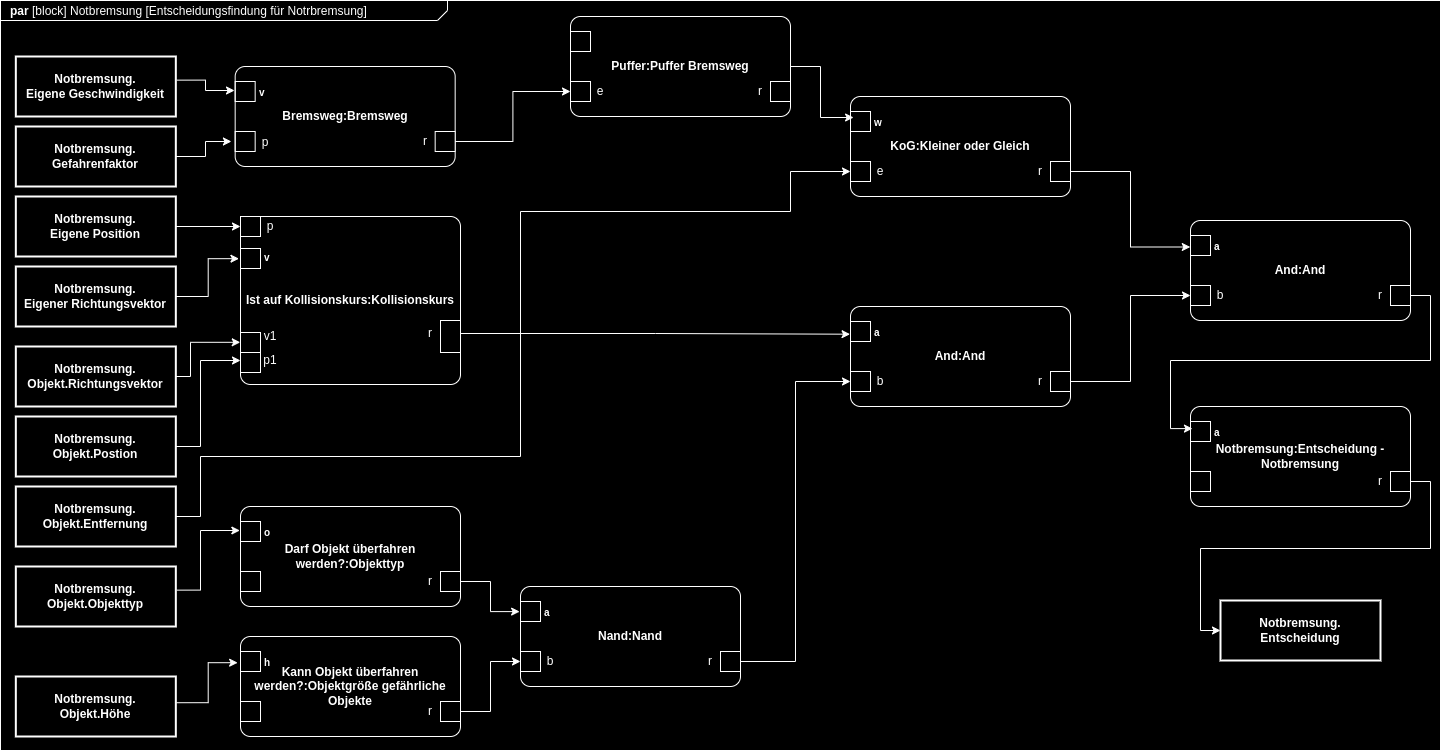
The draw.io diagram notbremsung-par.drawio.png in agrueneberg/sews2324, before a commit. Source tidied: cells renumbered, new cells last; positions are measured from the earlier drawing's top-left corner, leaving out a move shared by most shapes.
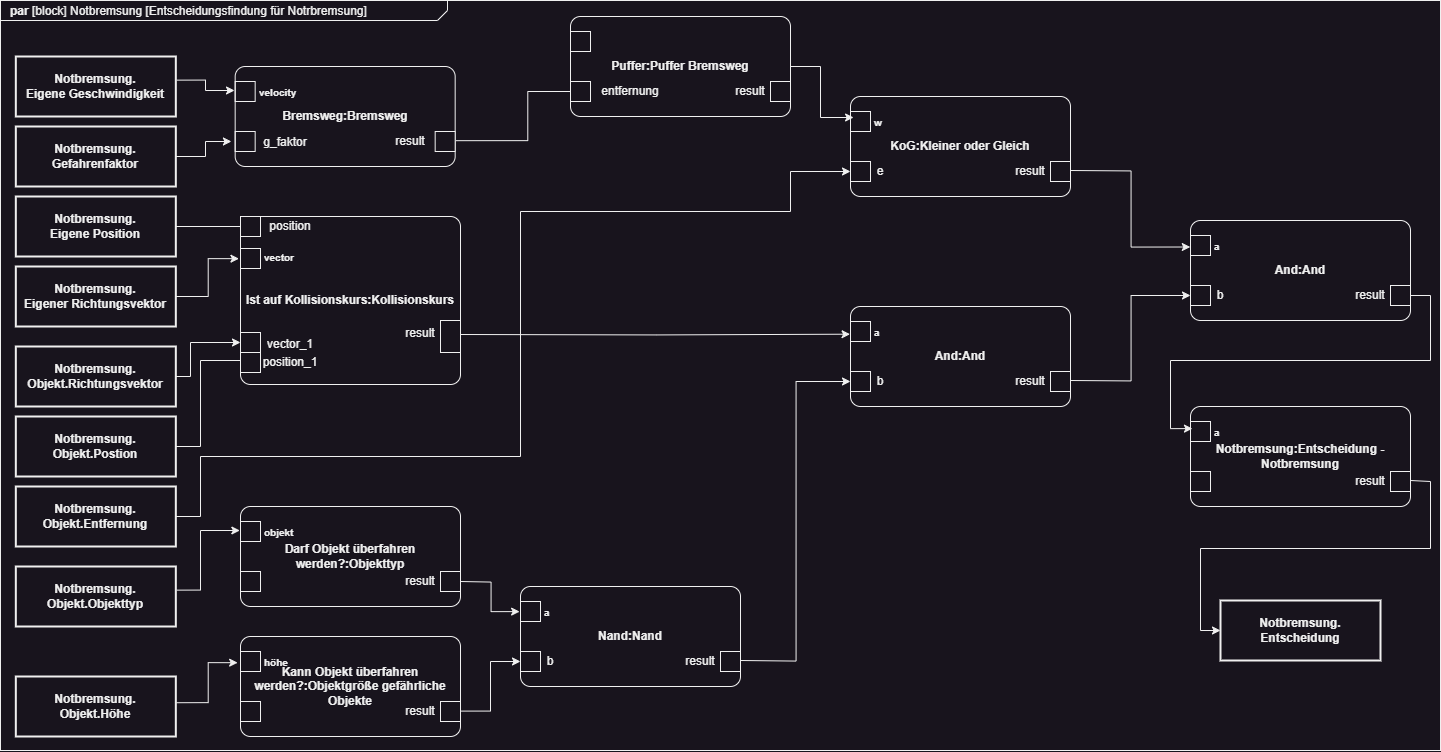
Later version of the same file.

Commit message:
Give names to parameters in parametric diagram

Diff of the diagram source:
```diff
@@ -10,3 +10,3 @@
     </mxCell>
-    <mxCell id="4" value="h" style="html=1;align=left;verticalAlign=middle;labelPosition=left;verticalLabelPosition=middle;labelBackgroundColor=none;fontSize=10;spacingLeft=22;fontStyle=1;" parent="3" vertex="1">
+    <mxCell id="4" value="höhe" style="html=1;align=left;verticalAlign=middle;labelPosition=left;verticalLabelPosition=middle;labelBackgroundColor=none;fontSize=10;spacingLeft=22;fontStyle=1;" parent="3" vertex="1">
       <mxGeometry y="25" as="geometry" />
@@ -19,4 +19,4 @@
     </mxCell>
-    <mxCell id="7" value="r" style="text;html=1;strokeColor=none;fillColor=none;align=center;verticalAlign=middle;whiteSpace=wrap;rounded=0;" parent="3" vertex="1">
-      <mxGeometry x="160" y="60" width="60" height="30" as="geometry" />
+    <mxCell id="7" value="result" style="text;html=1;strokeColor=none;fillColor=none;align=center;verticalAlign=middle;whiteSpace=wrap;rounded=0;" parent="3" vertex="1">
+      <mxGeometry x="150" y="60" width="60" height="30" as="geometry" />
     </mxCell>
@@ -58,3 +58,3 @@
     </mxCell>
-    <mxCell id="17" value="o" style="html=1;align=left;verticalAlign=middle;labelPosition=left;verticalLabelPosition=middle;labelBackgroundColor=none;fontSize=10;spacingLeft=22;fontStyle=1;" parent="16" vertex="1">
+    <mxCell id="17" value="objekt" style="html=1;align=left;verticalAlign=middle;labelPosition=left;verticalLabelPosition=middle;labelBackgroundColor=none;fontSize=10;spacingLeft=22;fontStyle=1;" parent="16" vertex="1">
       <mxGeometry y="25" as="geometry" />
@@ -67,4 +67,4 @@
     </mxCell>
-    <mxCell id="20" value="r" style="text;html=1;strokeColor=none;fillColor=none;align=center;verticalAlign=middle;whiteSpace=wrap;rounded=0;" parent="16" vertex="1">
-      <mxGeometry x="160" y="60" width="60" height="30" as="geometry" />
+    <mxCell id="20" value="result" style="text;html=1;strokeColor=none;fillColor=none;align=center;verticalAlign=middle;whiteSpace=wrap;rounded=0;" parent="16" vertex="1">
+      <mxGeometry x="150" y="60" width="60" height="30" as="geometry" />
     </mxCell>
@@ -90,4 +90,4 @@
     </mxCell>
-    <mxCell id="26" value="r" style="text;html=1;strokeColor=none;fillColor=none;align=center;verticalAlign=middle;whiteSpace=wrap;rounded=0;" parent="22" vertex="1">
-      <mxGeometry x="160" y="60" width="60" height="30" as="geometry" />
+    <mxCell id="26" value="result" style="text;html=1;strokeColor=none;fillColor=none;align=center;verticalAlign=middle;whiteSpace=wrap;rounded=0;" parent="22" vertex="1">
+      <mxGeometry x="150" y="60" width="60" height="30" as="geometry" />
     </mxCell>
@@ -99,4 +99,5 @@
     </mxCell>
-    <mxCell id="29" style="edgeStyle=orthogonalEdgeStyle;rounded=0;jettySize=auto;html=1;exitX=1;exitY=0.5;exitDx=0;exitDy=0;entryX=0;entryY=0.5;entryDx=0;entryDy=0;" parent="1" edge="1" source="26" target="27">
+    <mxCell id="29" style="edgeStyle=orthogonalEdgeStyle;rounded=0;jettySize=auto;html=1;entryX=0;entryY=0.5;entryDx=0;entryDy=0;" parent="1" edge="1" target="27">
       <mxGeometry relative="1" as="geometry">
+        <mxPoint x="1410" y="480" as="sourcePoint" />
         <Array as="points">
@@ -118,3 +119,3 @@
     </mxCell>
-    <mxCell id="33" value="v" style="html=1;align=left;verticalAlign=middle;labelPosition=left;verticalLabelPosition=middle;labelBackgroundColor=none;fontSize=10;spacingLeft=22;fontStyle=1;" parent="32" vertex="1">
+    <mxCell id="33" value="velocity" style="html=1;align=left;verticalAlign=middle;labelPosition=left;verticalLabelPosition=middle;labelBackgroundColor=none;fontSize=10;spacingLeft=22;fontStyle=1;" parent="32" vertex="1">
       <mxGeometry y="25" as="geometry" />
@@ -127,8 +128,5 @@
     </mxCell>
-    <mxCell id="36" value="r" style="text;html=1;strokeColor=none;fillColor=none;align=center;verticalAlign=middle;whiteSpace=wrap;rounded=0;" parent="32" vertex="1">
-      <mxGeometry x="160" y="60" width="60" height="30" as="geometry" />
+    <mxCell id="36" value="result" style="text;html=1;strokeColor=none;fillColor=none;align=center;verticalAlign=middle;whiteSpace=wrap;rounded=0;" parent="32" vertex="1">
+      <mxGeometry x="145.3" y="60" width="60" height="30" as="geometry" />
     </mxCell>
-    <mxCell id="37" value="p" style="text;html=1;strokeColor=none;fillColor=none;align=center;verticalAlign=middle;whiteSpace=wrap;rounded=0;" parent="32" vertex="1">
-      <mxGeometry x="-44.7" y="52" width="150" height="48" as="geometry" />
-    </mxCell>
     <mxCell id="38" style="edgeStyle=orthogonalEdgeStyle;rounded=0;jettySize=auto;html=1;exitX=1.006;exitY=0.394;exitDx=0;exitDy=0;entryX=-0.003;entryY=0.24;entryDx=0;entryDy=0;entryPerimeter=0;exitPerimeter=0;" parent="1" edge="1" source="30" target="32">
@@ -183,4 +181,4 @@
     </mxCell>
-    <mxCell id="53" value="r" style="text;html=1;strokeColor=none;fillColor=none;align=center;verticalAlign=middle;whiteSpace=wrap;rounded=0;" parent="49" vertex="1">
-      <mxGeometry x="160" y="60" width="60" height="30" as="geometry" />
+    <mxCell id="53" value="result" style="text;html=1;strokeColor=none;fillColor=none;align=center;verticalAlign=middle;whiteSpace=wrap;rounded=0;" parent="49" vertex="1">
+      <mxGeometry x="150" y="60" width="60" height="30" as="geometry" />
     </mxCell>
@@ -189,6 +187,8 @@
     </mxCell>
-    <mxCell id="55" style="edgeStyle=orthogonalEdgeStyle;rounded=0;jettySize=auto;html=1;exitX=1;exitY=0.5;exitDx=0;exitDy=0;entryX=-0.004;entryY=0.251;entryDx=0;entryDy=0;entryPerimeter=0;" parent="1" edge="1" source="20" target="49">
-      <mxGeometry relative="1" as="geometry" />
+    <mxCell id="55" style="edgeStyle=orthogonalEdgeStyle;rounded=0;jettySize=auto;html=1;entryX=-0.004;entryY=0.251;entryDx=0;entryDy=0;entryPerimeter=0;" parent="1" edge="1" target="49">
+      <mxGeometry relative="1" as="geometry">
+        <mxPoint x="460" y="581" as="sourcePoint" />
+      </mxGeometry>
     </mxCell>
-    <mxCell id="56" style="edgeStyle=orthogonalEdgeStyle;rounded=0;jettySize=auto;html=1;exitX=1;exitY=0.5;exitDx=0;exitDy=0;entryX=0;entryY=0.5;entryDx=0;entryDy=0;" parent="1" edge="1" source="7" target="54">
+    <mxCell id="56" style="edgeStyle=orthogonalEdgeStyle;rounded=0;jettySize=auto;html=1;exitX=1.02;exitY=0.48;exitDx=0;exitDy=0;entryX=0;entryY=0.5;entryDx=0;entryDy=0;exitPerimeter=0;" parent="1" edge="1" source="6" target="54">
       <mxGeometry relative="1" as="geometry" />
@@ -198,3 +198,3 @@
     </mxCell>
-    <mxCell id="58" value="v" style="html=1;align=left;verticalAlign=middle;labelPosition=left;verticalLabelPosition=middle;labelBackgroundColor=none;fontSize=10;spacingLeft=22;fontStyle=1;" parent="57" vertex="1">
+    <mxCell id="58" value="vector" style="html=1;align=left;verticalAlign=middle;labelPosition=left;verticalLabelPosition=middle;labelBackgroundColor=none;fontSize=10;spacingLeft=22;fontStyle=1;" parent="57" vertex="1">
       <mxGeometry y="40" as="geometry" />
@@ -207,7 +207,7 @@
     </mxCell>
-    <mxCell id="61" value="r" style="text;html=1;strokeColor=none;fillColor=none;align=center;verticalAlign=middle;whiteSpace=wrap;rounded=0;" parent="57" vertex="1">
-      <mxGeometry x="160" y="90" width="60" height="54" as="geometry" />
+    <mxCell id="61" value="result" style="text;html=1;strokeColor=none;fillColor=none;align=center;verticalAlign=middle;whiteSpace=wrap;rounded=0;" parent="57" vertex="1">
+      <mxGeometry x="150" y="90" width="60" height="54" as="geometry" />
     </mxCell>
-    <mxCell id="62" value="v1" style="text;html=1;strokeColor=none;fillColor=none;align=center;verticalAlign=middle;whiteSpace=wrap;rounded=0;" parent="57" vertex="1">
-      <mxGeometry y="96" width="60" height="48" as="geometry" />
+    <mxCell id="62" value="vector_1" style="text;html=1;strokeColor=none;fillColor=none;align=center;verticalAlign=middle;whiteSpace=wrap;rounded=0;" parent="57" vertex="1">
+      <mxGeometry x="20" y="104" width="60" height="48" as="geometry" />
     </mxCell>
@@ -219,7 +219,7 @@
     </mxCell>
-    <mxCell id="65" value="p1" style="text;html=1;strokeColor=none;fillColor=none;align=center;verticalAlign=middle;whiteSpace=wrap;rounded=0;" parent="57" vertex="1">
-      <mxGeometry y="120" width="60" height="48" as="geometry" />
+    <mxCell id="65" value="position_1" style="text;html=1;strokeColor=none;fillColor=none;align=center;verticalAlign=middle;whiteSpace=wrap;rounded=0;" parent="57" vertex="1">
+      <mxGeometry x="20" y="122" width="60" height="48" as="geometry" />
     </mxCell>
-    <mxCell id="66" value="p" style="text;html=1;strokeColor=none;fillColor=none;align=center;verticalAlign=middle;whiteSpace=wrap;rounded=0;" parent="57" vertex="1">
-      <mxGeometry y="-14" width="60" height="48" as="geometry" />
+    <mxCell id="66" value="position" style="text;html=1;strokeColor=none;fillColor=none;align=center;verticalAlign=middle;whiteSpace=wrap;rounded=0;" parent="57" vertex="1">
+      <mxGeometry x="20" y="-14" width="60" height="48" as="geometry" />
     </mxCell>
@@ -240,4 +240,4 @@
     </mxCell>
-    <mxCell id="72" value="r" style="text;html=1;strokeColor=none;fillColor=none;align=center;verticalAlign=middle;whiteSpace=wrap;rounded=0;" parent="68" vertex="1">
-      <mxGeometry x="160" y="60" width="60" height="30" as="geometry" />
+    <mxCell id="72" value="result" style="text;html=1;strokeColor=none;fillColor=none;align=center;verticalAlign=middle;whiteSpace=wrap;rounded=0;" parent="68" vertex="1">
+      <mxGeometry x="150" y="60" width="60" height="30" as="geometry" />
     </mxCell>
@@ -246,7 +246,10 @@
     </mxCell>
-    <mxCell id="74" style="edgeStyle=orthogonalEdgeStyle;rounded=0;jettySize=auto;html=1;exitX=1;exitY=0.5;exitDx=0;exitDy=0;entryX=-0.002;entryY=0.277;entryDx=0;entryDy=0;entryPerimeter=0;" parent="1" edge="1" source="61" target="68">
-      <mxGeometry relative="1" as="geometry" />
+    <mxCell id="74" style="edgeStyle=orthogonalEdgeStyle;rounded=0;jettySize=auto;html=1;entryX=-0.002;entryY=0.277;entryDx=0;entryDy=0;entryPerimeter=0;" parent="1" edge="1" target="68">
+      <mxGeometry relative="1" as="geometry">
+        <mxPoint x="460" y="334" as="sourcePoint" />
+      </mxGeometry>
     </mxCell>
-    <mxCell id="75" style="edgeStyle=orthogonalEdgeStyle;rounded=0;jettySize=auto;html=1;exitX=1;exitY=0.5;exitDx=0;exitDy=0;entryX=-0.004;entryY=0.121;entryDx=0;entryDy=0;entryPerimeter=0;" parent="1" edge="1" source="47" target="65">
+    <mxCell id="75" style="edgeStyle=orthogonalEdgeStyle;rounded=0;jettySize=auto;html=1;exitX=1;exitY=0.5;exitDx=0;exitDy=0;" parent="1" edge="1" source="47">
       <mxGeometry relative="1" as="geometry">
+        <mxPoint x="240" y="342" as="targetPoint" />
         <Array as="points">
@@ -254,2 +257,3 @@
           <mxPoint x="190" y="342" />
+          <mxPoint x="240" y="342" />
         </Array>
@@ -269,4 +273,4 @@
     </mxCell>
-    <mxCell id="80" value="r" style="text;html=1;strokeColor=none;fillColor=none;align=center;verticalAlign=middle;whiteSpace=wrap;rounded=0;" parent="76" vertex="1">
-      <mxGeometry x="160" y="60" width="60" height="30" as="geometry" />
+    <mxCell id="80" value="result" style="text;html=1;strokeColor=none;fillColor=none;align=center;verticalAlign=middle;whiteSpace=wrap;rounded=0;" parent="76" vertex="1">
+      <mxGeometry x="150" y="60" width="60" height="30" as="geometry" />
     </mxCell>
@@ -275,3 +279,3 @@
     </mxCell>
-    <mxCell id="82" style="edgeStyle=orthogonalEdgeStyle;rounded=0;jettySize=auto;html=1;exitX=1;exitY=0.5;exitDx=0;exitDy=0;entryX=0;entryY=0.5;entryDx=0;entryDy=0;" parent="1" edge="1" source="36" target="98">
+    <mxCell id="82" style="edgeStyle=orthogonalEdgeStyle;rounded=0;jettySize=auto;html=1;entryX=0;entryY=0.5;entryDx=0;entryDy=0;exitX=1.035;exitY=0.459;exitDx=0;exitDy=0;exitPerimeter=0;" parent="1" edge="1" source="35" target="98">
       <mxGeometry relative="1" as="geometry" />
@@ -290,4 +294,4 @@
     </mxCell>
-    <mxCell id="87" value="r" style="text;html=1;strokeColor=none;fillColor=none;align=center;verticalAlign=middle;whiteSpace=wrap;rounded=0;" parent="83" vertex="1">
-      <mxGeometry x="160" y="60" width="60" height="30" as="geometry" />
+    <mxCell id="87" value="result" style="text;html=1;strokeColor=none;fillColor=none;align=center;verticalAlign=middle;whiteSpace=wrap;rounded=0;" parent="83" vertex="1">
+      <mxGeometry x="150" y="60" width="60" height="30" as="geometry" />
     </mxCell>
@@ -296,10 +300,15 @@
     </mxCell>
-    <mxCell id="89" style="edgeStyle=orthogonalEdgeStyle;rounded=0;jettySize=auto;html=1;exitX=1;exitY=0.5;exitDx=0;exitDy=0;entryX=0;entryY=0.5;entryDx=0;entryDy=0;" parent="1" edge="1" source="72" target="88">
-      <mxGeometry relative="1" as="geometry" />
+    <mxCell id="89" style="edgeStyle=orthogonalEdgeStyle;rounded=0;jettySize=auto;html=1;entryX=0;entryY=0.5;entryDx=0;entryDy=0;" parent="1" edge="1" target="88">
+      <mxGeometry relative="1" as="geometry">
+        <mxPoint x="1070" y="380" as="sourcePoint" />
+      </mxGeometry>
     </mxCell>
-    <mxCell id="90" style="edgeStyle=orthogonalEdgeStyle;rounded=0;jettySize=auto;html=1;entryX=-0.001;entryY=0.265;entryDx=0;entryDy=0;entryPerimeter=0;exitX=1;exitY=0.5;exitDx=0;exitDy=0;" parent="1" edge="1" source="80" target="83">
-      <mxGeometry relative="1" as="geometry" />
+    <mxCell id="90" style="edgeStyle=orthogonalEdgeStyle;rounded=0;jettySize=auto;html=1;entryX=-0.001;entryY=0.265;entryDx=0;entryDy=0;entryPerimeter=0;" parent="1" edge="1" target="83">
+      <mxGeometry relative="1" as="geometry">
+        <mxPoint x="1070" y="170" as="sourcePoint" />
+      </mxGeometry>
     </mxCell>
-    <mxCell id="91" style="edgeStyle=orthogonalEdgeStyle;rounded=0;jettySize=auto;html=1;exitX=1;exitY=0.5;exitDx=0;exitDy=0;entryX=0.009;entryY=0.221;entryDx=0;entryDy=0;entryPerimeter=0;" parent="1" edge="1" source="87" target="22">
+    <mxCell id="91" style="edgeStyle=orthogonalEdgeStyle;rounded=0;jettySize=auto;html=1;entryX=0.009;entryY=0.221;entryDx=0;entryDy=0;entryPerimeter=0;" parent="1" edge="1" target="22">
       <mxGeometry relative="1" as="geometry">
+        <mxPoint x="1410" y="295" as="sourcePoint" />
         <Array as="points">
@@ -312,4 +321,6 @@
     </mxCell>
-    <mxCell id="92" style="edgeStyle=orthogonalEdgeStyle;rounded=0;jettySize=auto;html=1;entryX=0;entryY=0.5;entryDx=0;entryDy=0;" parent="1" edge="1" source="53" target="73">
-      <mxGeometry relative="1" as="geometry" />
+    <mxCell id="92" style="edgeStyle=orthogonalEdgeStyle;rounded=0;jettySize=auto;html=1;entryX=0;entryY=0.5;entryDx=0;entryDy=0;" parent="1" edge="1" target="73">
+      <mxGeometry relative="1" as="geometry">
+        <mxPoint x="740" y="660" as="sourcePoint" />
+      </mxGeometry>
     </mxCell>
@@ -327,7 +338,7 @@
     </mxCell>
-    <mxCell id="97" value="r" style="text;html=1;strokeColor=none;fillColor=none;align=center;verticalAlign=middle;whiteSpace=wrap;rounded=0;" parent="93" vertex="1">
-      <mxGeometry x="160" y="60" width="60" height="30" as="geometry" />
+    <mxCell id="97" value="result" style="text;html=1;strokeColor=none;fillColor=none;align=center;verticalAlign=middle;whiteSpace=wrap;rounded=0;" parent="93" vertex="1">
+      <mxGeometry x="150" y="60" width="60" height="30" as="geometry" />
     </mxCell>
-    <mxCell id="98" value="e" style="text;html=1;strokeColor=none;fillColor=none;align=center;verticalAlign=middle;whiteSpace=wrap;rounded=0;" parent="93" vertex="1">
-      <mxGeometry y="60" width="60" height="30" as="geometry" />
+    <mxCell id="98" value="entfernung" style="text;html=1;strokeColor=none;fillColor=none;align=center;verticalAlign=middle;whiteSpace=wrap;rounded=0;" parent="93" vertex="1">
+      <mxGeometry x="30" y="60" width="60" height="30" as="geometry" />
     </mxCell>
@@ -345,2 +356,5 @@
     </mxCell>
+    <mxCell id="37" value="g_faktor" style="text;html=1;strokeColor=none;fillColor=none;align=center;verticalAlign=middle;whiteSpace=wrap;rounded=0;" parent="1" vertex="1">
+      <mxGeometry x="210" y="118" width="150" height="48" as="geometry" />
+    </mxCell>
   </root>
```
